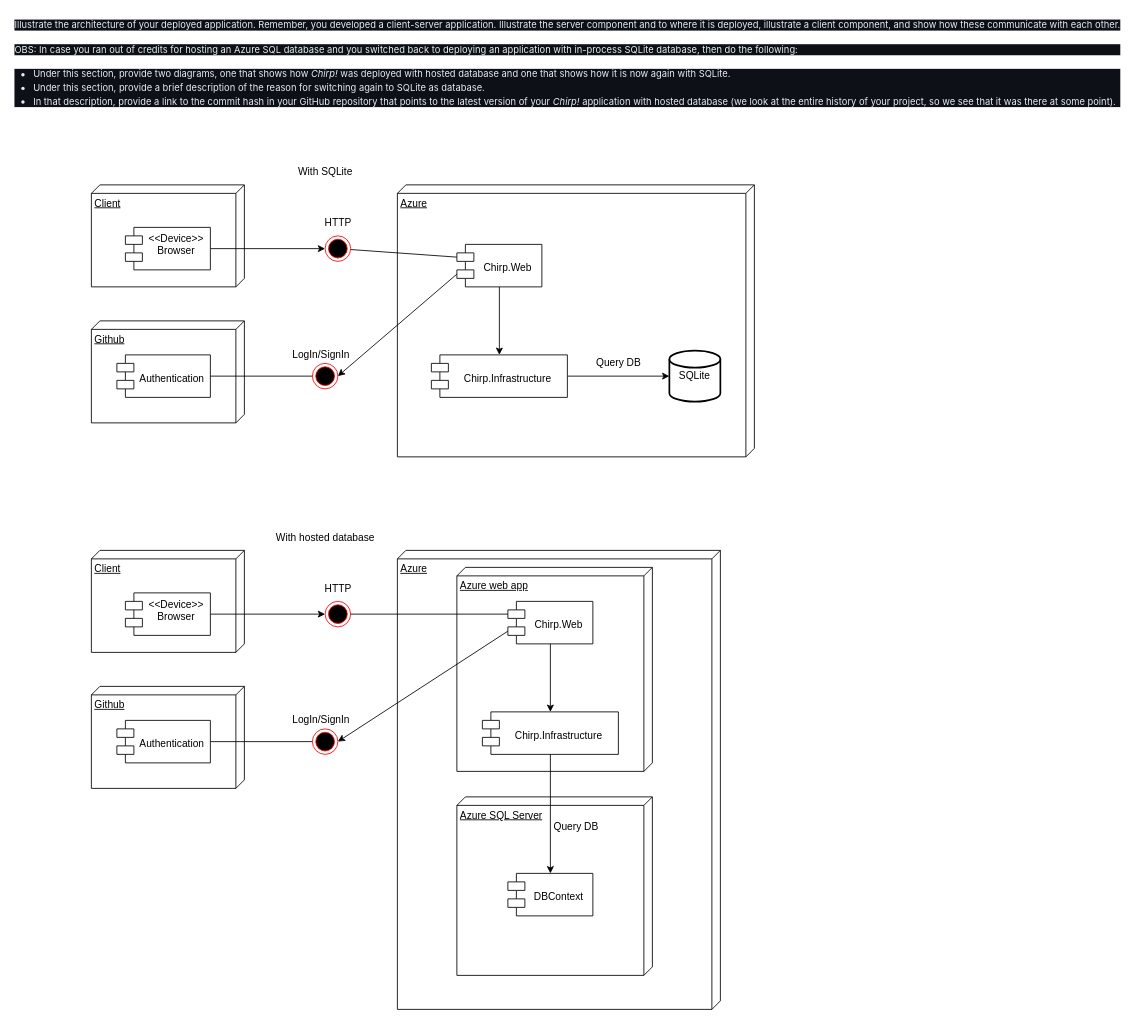
The draw.io diagram docs/images/DeployedArchithecture.drawio in ITU-BDSA23-GROUP22/Chirp, before the edit. Source tidied: cells renumbered, new cells numbered last; positions are measured from the earlier drawing's top-left corner, leaving out a move shared by most shapes. Both pictures are drawn from the tidied source at 85%, with x=0, y=0 at pixel (40, 14).
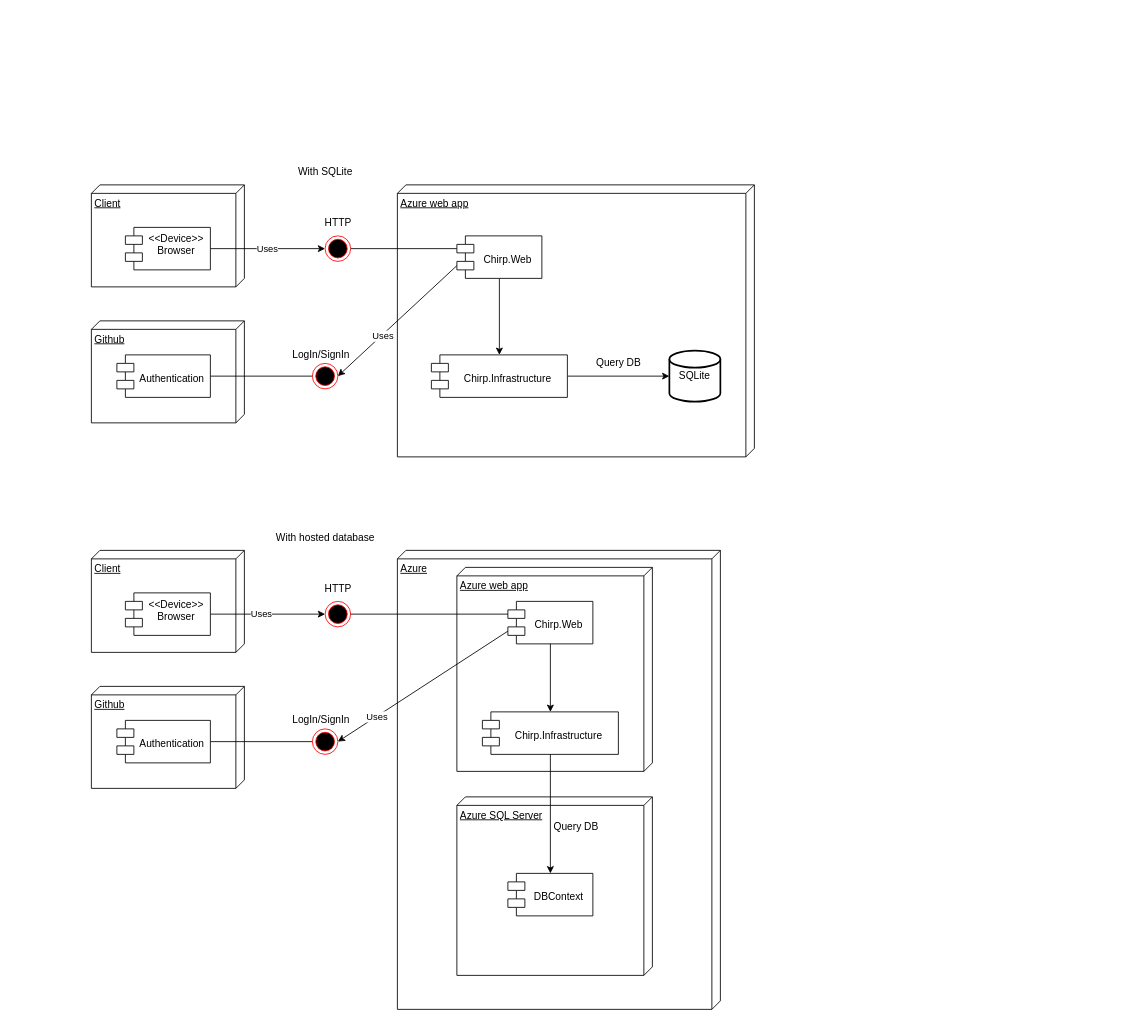
Above is the later version.

The change refers to these unchanged cells:
```xml
<mxCell id="5" style="edgeStyle=orthogonalEdgeStyle;rounded=0;jettySize=auto;html=1;" parent="1" edge="1" source="6" target="17">
  <mxGeometry relative="1" as="geometry" />
</mxCell>
<mxCell id="11" style="rounded=0;jettySize=auto;html=1;exitX=0;exitY=0;exitDx=0;exitDy=35;exitPerimeter=0;entryX=1;entryY=0.5;entryDx=0;entryDy=0;" parent="1" edge="1" source="14" target="18">
  <mxGeometry relative="1" as="geometry" />
</mxCell>
<mxCell id="26" style="edgeStyle=orthogonalEdgeStyle;rounded=0;jettySize=auto;html=1;" parent="1" edge="1" source="27" target="30">
  <mxGeometry relative="1" as="geometry" />
</mxCell>
<mxCell id="40" style="rounded=0;jettySize=auto;html=1;exitX=0;exitY=0;exitDx=0;exitDy=35;exitPerimeter=0;entryX=1;entryY=0.5;entryDx=0;entryDy=0;" parent="1" edge="1" source="36" target="31">
  <mxGeometry relative="1" as="geometry" />
</mxCell>
```

Change to the diagram source:
```diff
@@
-    <mxCell id="2" value="Azure" style="verticalAlign=top;align=left;spacingTop=8;spacingLeft=2;spacingRight=12;shape=cube;size=10;direction=south;fontStyle=4;html=1;whiteSpace=wrap;" parent="1" vertex="1">
+    <mxCell id="2" value="Azure web app" style="verticalAlign=top;align=left;spacingTop=8;spacingLeft=2;spacingRight=12;shape=cube;size=10;direction=south;fontStyle=4;html=1;whiteSpace=wrap;" parent="1" vertex="1">
       <mxGeometry x="420" y="200" width="420" height="320" as="geometry" />
     </mxCell>
@@
+    <mxCell id="45" value="Uses" style="edgeLabel;html=1;align=center;verticalAlign=middle;" parent="5" vertex="1">
+      <mxGeometry x="-0.02" relative="1" as="geometry" />
+    </mxCell>
@@
-    <mxCell id="7" value="&lt;p style=&quot;box-sizing: border-box; margin-top: 0px; margin-bottom: 16px; color: rgb(230, 237, 243); font-family: -apple-system, BlinkMacSystemFont, &amp;quot;Segoe UI&amp;quot;, &amp;quot;Noto Sans&amp;quot;, Helvetica, Arial, sans-serif, &amp;quot;Apple Color Emoji&amp;quot;, &amp;quot;Segoe UI Emoji&amp;quot;; font-size: 11px; text-align: start; background-color: rgb(13, 17, 23);&quot; dir=&quot;auto&quot;&gt;Illustrate the architecture of your deployed application. Remember, you developed a client-server application. Illustrate the server component and to where it is deployed, illustrate a client component, and show how these communicate with each other.&lt;/p&gt;&lt;p style=&quot;box-sizing: border-box; margin-top: 0px; margin-bottom: 16px; color: rgb(230, 237, 243); font-family: -apple-system, BlinkMacSystemFont, &amp;quot;Segoe UI&amp;quot;, &amp;quot;Noto Sans&amp;quot;, Helvetica, Arial, sans-serif, &amp;quot;Apple Color Emoji&amp;quot;, &amp;quot;Segoe UI Emoji&amp;quot;; font-size: 11px; text-align: start; background-color: rgb(13, 17, 23);&quot; dir=&quot;auto&quot;&gt;OBS: In case you ran out of credits for hosting an Azure SQL database and you switched back to deploying an application with in-process SQLite database, then do the following:&lt;/p&gt;&lt;ul style=&quot;box-sizing: border-box; padding-left: 2em; margin-top: 0px; margin-bottom: 16px; color: rgb(230, 237, 243); font-family: -apple-system, BlinkMacSystemFont, &amp;quot;Segoe UI&amp;quot;, &amp;quot;Noto Sans&amp;quot;, Helvetica, Arial, sans-serif, &amp;quot;Apple Color Emoji&amp;quot;, &amp;quot;Segoe UI Emoji&amp;quot;; font-size: 11px; text-align: start; background-color: rgb(13, 17, 23);&quot; dir=&quot;auto&quot;&gt;&lt;li style=&quot;box-sizing: border-box; font-size: 11px;&quot;&gt;Under this section, provide two diagrams, one that shows how&amp;nbsp;&lt;em style=&quot;box-sizing: border-box; font-size: 11px;&quot;&gt;Chirp!&lt;/em&gt;&amp;nbsp;was deployed with hosted database and one that shows how it is now again with SQLite.&lt;/li&gt;&lt;li style=&quot;box-sizing: border-box; margin-top: 0.25em; font-size: 11px;&quot;&gt;Under this section, provide a brief description of the reason for switching again to SQLite as database.&lt;/li&gt;&lt;li style=&quot;box-sizing: border-box; margin-top: 0.25em; font-size: 11px;&quot;&gt;In that description, provide a link to the commit hash in your GitHub repository that points to the latest version of your&amp;nbsp;&lt;em style=&quot;box-sizing: border-box; font-size: 11px;&quot;&gt;Chirp!&lt;/em&gt;&amp;nbsp;application with hosted database (we look at the entire history of your project, so we see that it was there at some point).&lt;/li&gt;&lt;/ul&gt;" style="text;html=1;align=center;verticalAlign=middle;strokeColor=none;fillColor=none;fontSize=11;" parent="1" vertex="1">
-      <mxGeometry width="1240" height="130" as="geometry" />
-    </mxCell>
@@
+    <mxCell id="46" value="Uses" style="edgeLabel;html=1;align=center;verticalAlign=middle;" parent="11" vertex="1">
+      <mxGeometry x="0.26" y="1" relative="1" as="geometry" />
+    </mxCell>
@@
     <mxCell id="14" value="&lt;br&gt;Chirp.Web" style="shape=module;align=left;spacingLeft=20;align=center;verticalAlign=top;whiteSpace=wrap;html=1;" parent="1" vertex="1">
-      <mxGeometry x="490" y="270" width="100" height="50" as="geometry" />
+      <mxGeometry x="490" y="260" width="100" height="50" as="geometry" />
     </mxCell>
@@
+    <mxCell id="47" value="Uses" style="edgeLabel;html=1;align=center;verticalAlign=middle;" parent="26" vertex="1">
+      <mxGeometry x="-0.13" y="1" relative="1" as="geometry" />
+    </mxCell>
@@
+    <mxCell id="48" value="Uses" style="edgeLabel;html=1;align=center;verticalAlign=middle;" parent="40" vertex="1">
+      <mxGeometry x="0.54" relative="1" as="geometry" />
+    </mxCell>
```
